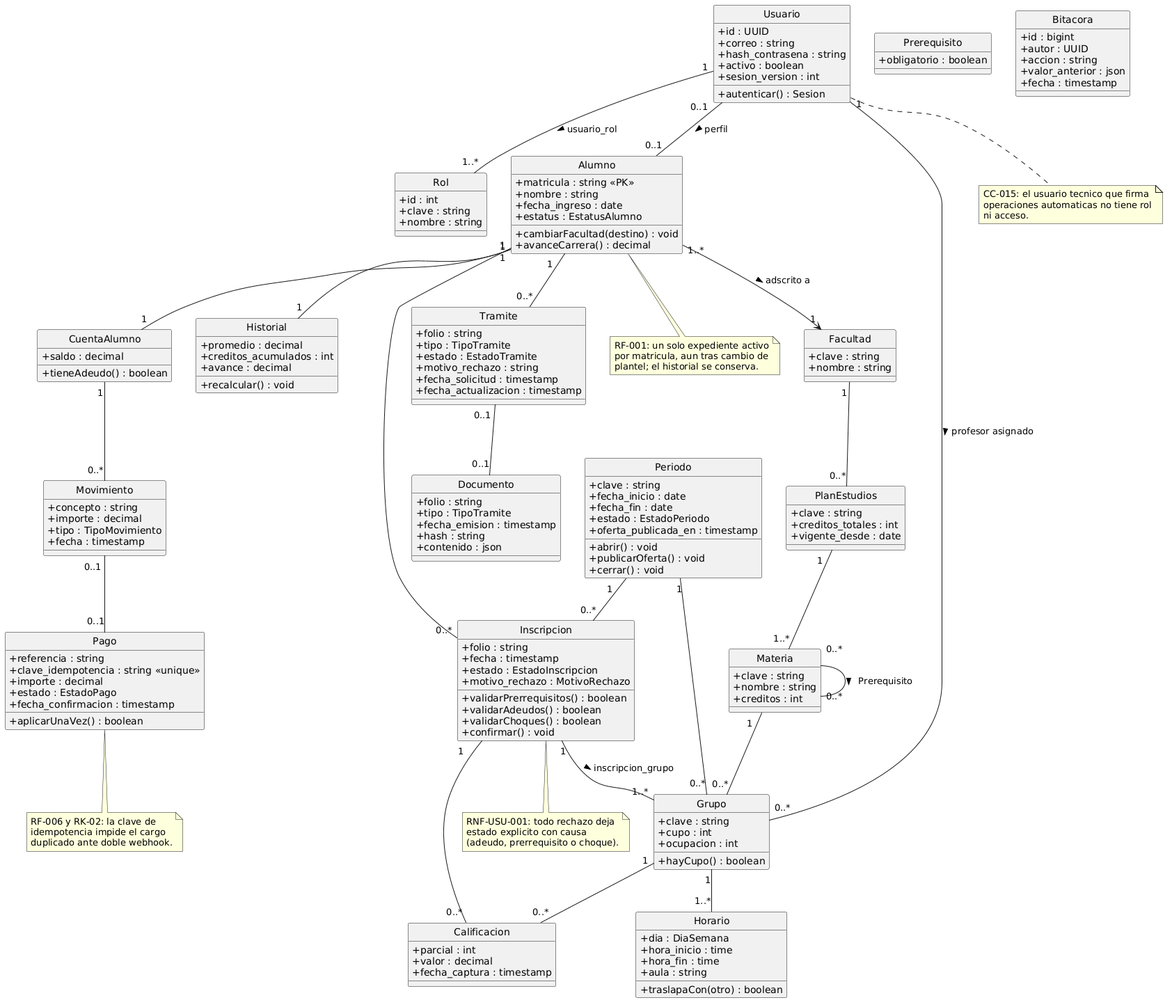
Earlier version of the PlantUML export docs/arquitectura/render/fig03-clases-dominio.png (fjmp-dev/sce-control-escolar).
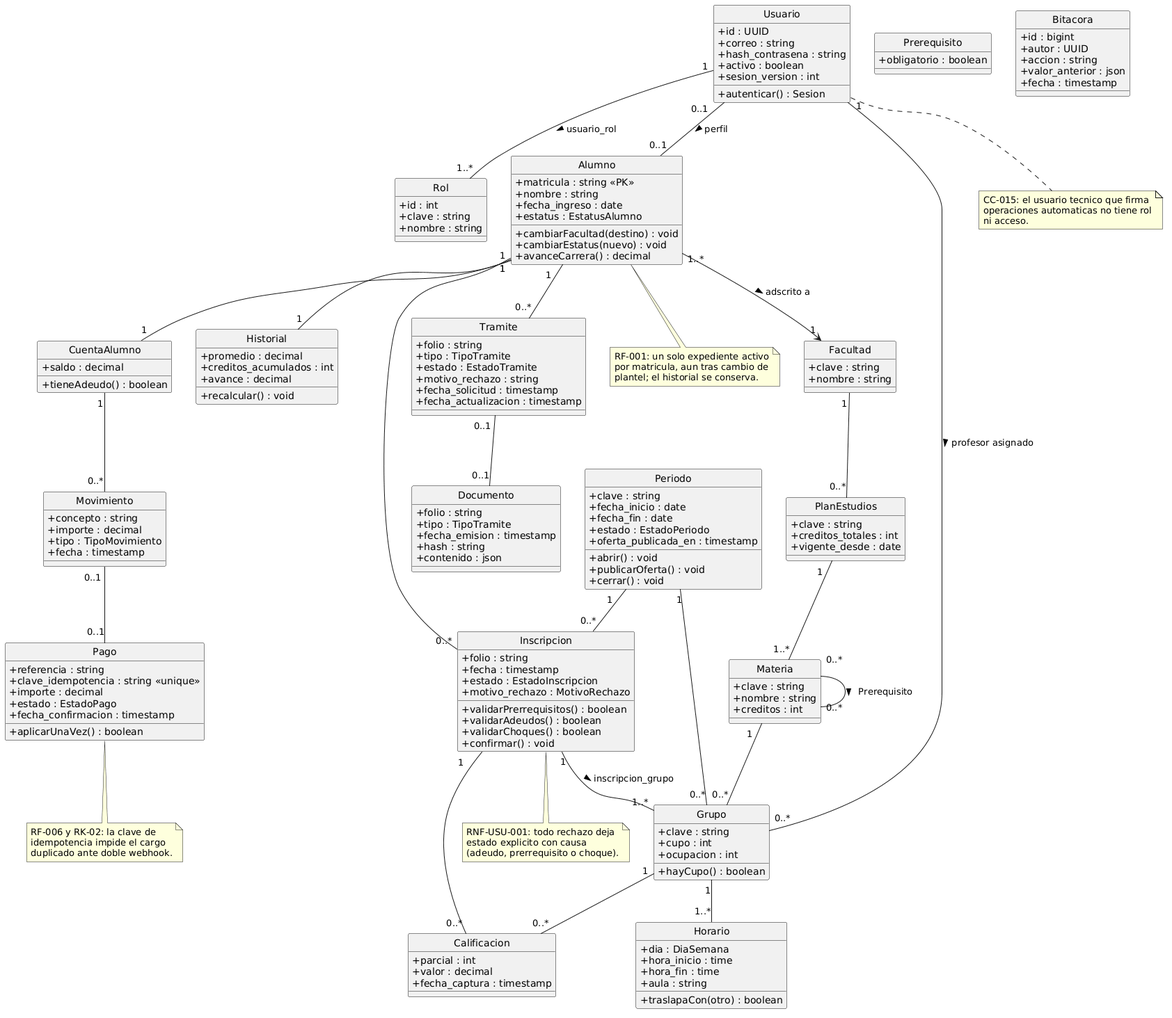
The same diagram one commit later.

The edit, as a diff of the source:
```diff
@@ -24,6 +24,7 @@
   + fecha_ingreso : date
   + estatus : EstatusAlumno
   + cambiarFacultad(destino) : void
+  + cambiarEstatus(nuevo) : void
   + avanceCarrera() : decimal
 }
 
```
